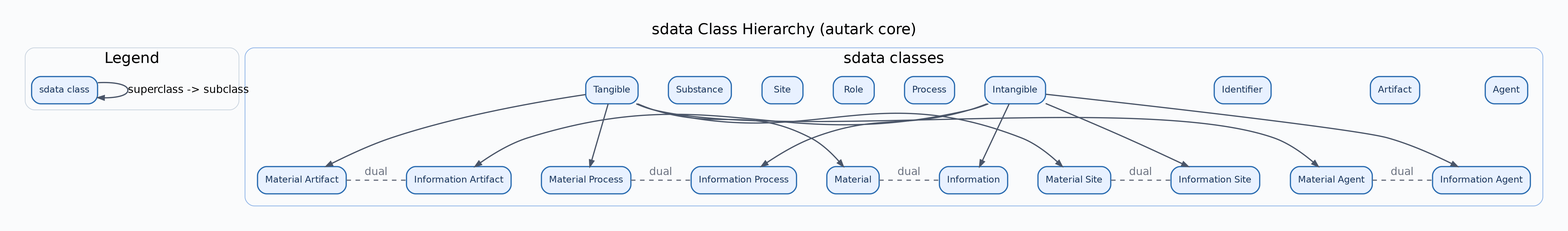
Earlier version of the Graphviz export docs/diagrams/sdata-class-hierarchy.png (lepy/sdata-ontology). Its source is kept beside it as docs/diagrams/sdata-class-hierarchy.dot.
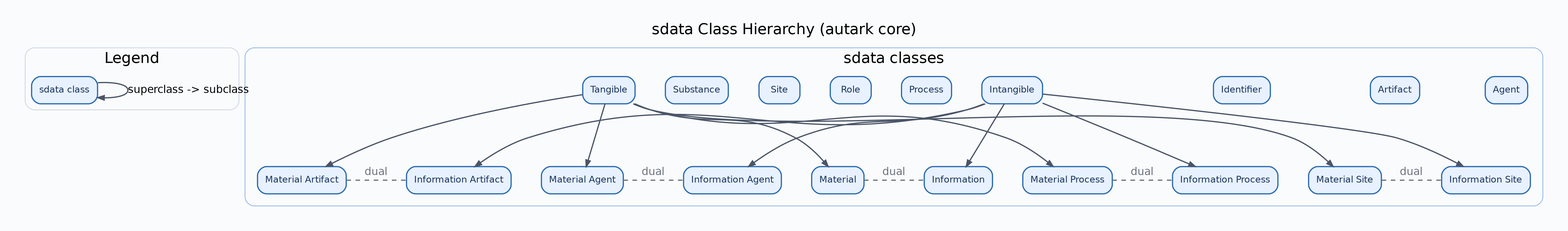
After the change.

Diff of the diagram source:
```diff
@@ -54,18 +54,18 @@
 				fontcolor="#1A365D",
 				label="Material Artifact"];
 		}
-		subgraph cluster_dual_rank_MaterialSite {
+		subgraph cluster_dual_rank_MaterialProcess {
 			graph [rank=same,
 				style=invis
 			];
-			"https://w3id.org/sdata/core/InformationSite"	[color="#2B6CB0",
+			"https://w3id.org/sdata/core/InformationProcess"	[color="#2B6CB0",
 				fillcolor="#E8F1FF",
 				fontcolor="#1A365D",
-				label="Information Site"];
-			"https://w3id.org/sdata/core/MaterialSite"	[color="#2B6CB0",
+				label="Information Process"];
+			"https://w3id.org/sdata/core/MaterialProcess"	[color="#2B6CB0",
 				fillcolor="#E8F1FF",
 				fontcolor="#1A365D",
-				label="Material Site"];
+				label="Material Process"];
 		}
 		subgraph cluster_dual_rank_Material {
 			graph [rank=same,
@@ -80,19 +80,6 @@
 				fontcolor="#1A365D",
 				label=Material];
 		}
-		subgraph cluster_dual_rank_MaterialProcess {
-			graph [rank=same,
-				style=invis
-			];
-			"https://w3id.org/sdata/core/InformationProcess"	[color="#2B6CB0",
-				fillcolor="#E8F1FF",
-				fontcolor="#1A365D",
-				label="Information Process"];
-			"https://w3id.org/sdata/core/MaterialProcess"	[color="#2B6CB0",
-				fillcolor="#E8F1FF",
-				fontcolor="#1A365D",
-				label="Material Process"];
-		}
 		subgraph cluster_dual_rank_MaterialAgent {
 			graph [rank=same,
 				style=invis
@@ -105,6 +92,19 @@
 				fillcolor="#E8F1FF",
 				fontcolor="#1A365D",
 				label="Material Agent"];
+		}
+		subgraph cluster_dual_rank_MaterialSite {
+			graph [rank=same,
+				style=invis
+			];
+			"https://w3id.org/sdata/core/InformationSite"	[color="#2B6CB0",
+				fillcolor="#E8F1FF",
+				fontcolor="#1A365D",
+				label="Information Site"];
+			"https://w3id.org/sdata/core/MaterialSite"	[color="#2B6CB0",
+				fillcolor="#E8F1FF",
+				fontcolor="#1A365D",
+				label="Material Site"];
 		}
 		"https://w3id.org/sdata/core/Agent"	[color="#2B6CB0",
 			fillcolor="#E8F1FF",
```
